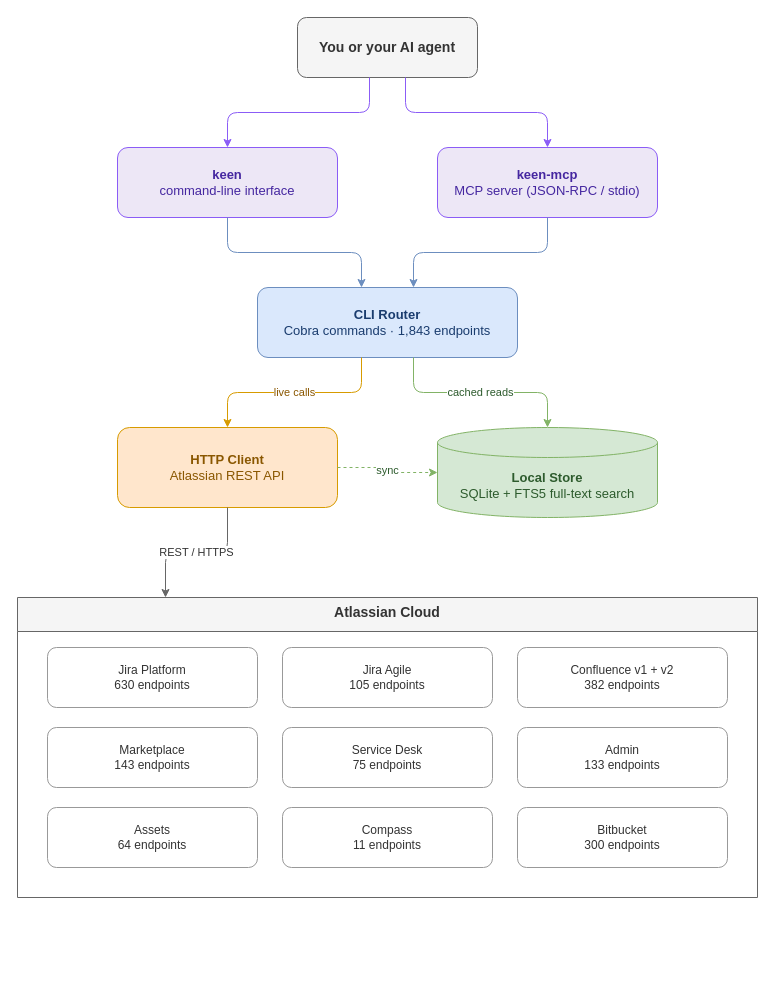
imogenlabs/keen keeps this draw.io diagram as docs/diagrams/architecture.drawio. Above is the earlier version. Source tidied: cells renumbered, new cells numbered last; positions are measured from the earlier drawing's top-left corner, leaving out a move shared by most shapes. Both pictures are drawn from the tidied source at 100%, with x=0, y=0 at pixel (17, 17).
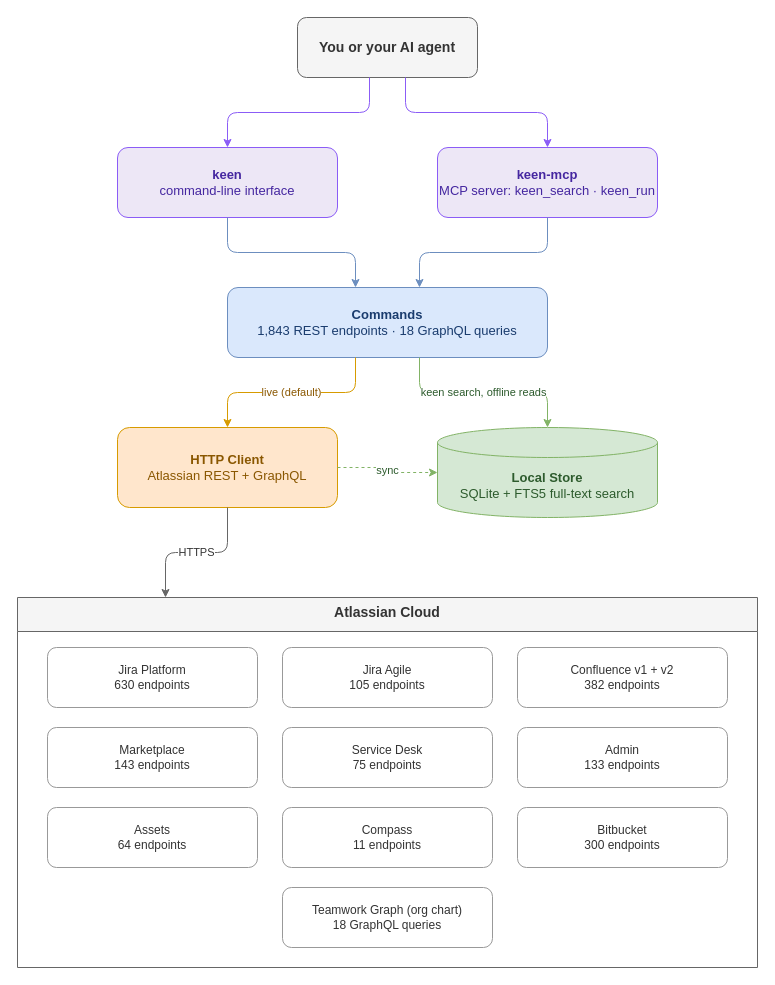
After the change.

Commit message (it also covers changes not shown here):
docs: redraw diagrams to show live calls and keen_search

Unchanged cells that the change refers to:
```xml
<mxCell id="7" value="&lt;b&gt;Local Store&lt;/b&gt;&#10;SQLite + FTS5 full-text search" style="shape=cylinder3;whiteSpace=wrap;html=1;fillColor=#d5e8d4;strokeColor=#82b366;fontColor=#2d5b2d;fontSize=13;boundedLbl=1;" parent="1" vertex="1">
  <mxGeometry x="420" y="410" width="220" height="90" as="geometry" />
</mxCell>
```

The edit, as a diff of the source:
```diff
@@
-    <mxCell id="4" value="&lt;b&gt;keen-mcp&lt;/b&gt;&#10;MCP server (JSON-RPC / stdio)" style="rounded=1;whiteSpace=wrap;html=1;fillColor=#ede7f6;strokeColor=#8b5cf6;fontColor=#4527a0;fontSize=13;" parent="1" vertex="1">
+    <mxCell id="4" value="&lt;b&gt;keen-mcp&lt;/b&gt;&#10;MCP server: keen_search · keen_run" style="rounded=1;whiteSpace=wrap;html=1;fillColor=#ede7f6;strokeColor=#8b5cf6;fontColor=#4527a0;fontSize=13;" parent="1" vertex="1">
       <mxGeometry x="420" y="130" width="220" height="70" as="geometry" />
     </mxCell>
-    <mxCell id="5" value="&lt;b&gt;CLI Router&lt;/b&gt;&#10;Cobra commands · 1,843 endpoints" style="rounded=1;whiteSpace=wrap;html=1;fillColor=#dae8fc;strokeColor=#6c8ebf;fontColor=#1a3c6e;fontSize=13;" parent="1" vertex="1">
-      <mxGeometry x="240" y="270" width="260" height="70" as="geometry" />
+    <mxCell id="5" value="&lt;b&gt;Commands&lt;/b&gt;&#10;1,843 REST endpoints · 18 GraphQL queries" style="rounded=1;whiteSpace=wrap;html=1;fillColor=#dae8fc;strokeColor=#6c8ebf;fontColor=#1a3c6e;fontSize=13;" parent="1" vertex="1">
+      <mxGeometry x="210" y="270" width="320" height="70" as="geometry" />
     </mxCell>
-    <mxCell id="6" value="&lt;b&gt;HTTP Client&lt;/b&gt;&#10;Atlassian REST API" style="rounded=1;whiteSpace=wrap;html=1;fillColor=#ffe6cc;strokeColor=#d79b00;fontColor=#8a5700;fontSize=13;" parent="1" vertex="1">
+    <mxCell id="6" value="&lt;b&gt;HTTP Client&lt;/b&gt;&#10;Atlassian REST + GraphQL" style="rounded=1;whiteSpace=wrap;html=1;fillColor=#ffe6cc;strokeColor=#d79b00;fontColor=#8a5700;fontSize=13;" parent="1" vertex="1">
       <mxGeometry x="100" y="410" width="220" height="80" as="geometry" />
     </mxCell>
@@
     <mxCell id="8" value="Atlassian Cloud" style="swimlane;startSize=34;whiteSpace=wrap;html=1;fillColor=#f5f5f5;strokeColor=#666666;fontColor=#333333;fontSize=14;fontStyle=1;verticalAlign=top;" parent="1" vertex="1">
-      <mxGeometry y="580" width="740" height="300" as="geometry" />
+      <mxGeometry y="580" width="740" height="370" as="geometry" />
     </mxCell>
@@
+    <mxCell id="26" value="Teamwork Graph (org chart)&#10;18 GraphQL queries" style="rounded=1;whiteSpace=wrap;html=1;fillColor=#ffffff;strokeColor=#999999;fontColor=#333333;fontSize=12;" parent="8" vertex="1">
+      <mxGeometry x="265" y="290" width="210" height="60" as="geometry" />
+    </mxCell>
@@
-    <mxCell id="22" value="live calls" style="edgeStyle=orthogonalEdgeStyle;rounded=1;jettySize=auto;html=1;strokeColor=#d79b00;fontColor=#8a5700;fontSize=11;exitX=0.4;exitY=1;exitDx=0;exitDy=0;entryX=0.5;entryY=0;entryDx=0;entryDy=0;" parent="1" edge="1" source="5" target="6">
+    <mxCell id="22" value="live (default)" style="edgeStyle=orthogonalEdgeStyle;rounded=1;jettySize=auto;html=1;strokeColor=#d79b00;fontColor=#8a5700;fontSize=11;exitX=0.4;exitY=1;exitDx=0;exitDy=0;entryX=0.5;entryY=0;entryDx=0;entryDy=0;" parent="1" edge="1" source="5" target="6">
       <mxGeometry relative="1" as="geometry" />
     </mxCell>
-    <mxCell id="23" value="cached reads" style="edgeStyle=orthogonalEdgeStyle;rounded=1;jettySize=auto;html=1;strokeColor=#82b366;fontColor=#2d5b2d;fontSize=11;exitX=0.6;exitY=1;exitDx=0;exitDy=0;entryX=0.5;entryY=0;entryDx=0;entryDy=0;" parent="1" edge="1" source="5" target="7">
+    <mxCell id="23" value="keen search, offline reads" style="edgeStyle=orthogonalEdgeStyle;rounded=1;jettySize=auto;html=1;strokeColor=#82b366;fontColor=#2d5b2d;fontSize=11;exitX=0.6;exitY=1;exitDx=0;exitDy=0;entryX=0.5;entryY=0;entryDx=0;entryDy=0;" parent="1" edge="1" source="5" target="7">
       <mxGeometry relative="1" as="geometry" />
     </mxCell>
@@
-    <mxCell id="25" value="REST / HTTPS" style="edgeStyle=orthogonalEdgeStyle;rounded=1;jettySize=auto;html=1;strokeColor=#666666;fontColor=#333333;fontSize=11;exitX=0.5;exitY=1;exitDx=0;exitDy=0;entryX=0.2;entryY=0;entryDx=0;entryDy=0;" parent="1" edge="1" source="6" target="8">
+    <mxCell id="25" value="HTTPS" style="edgeStyle=orthogonalEdgeStyle;rounded=1;jettySize=auto;html=1;strokeColor=#666666;fontColor=#333333;fontSize=11;exitX=0.5;exitY=1;exitDx=0;exitDy=0;entryX=0.2;entryY=0;entryDx=0;entryDy=0;" parent="1" edge="1" source="6" target="8">
       <mxGeometry relative="1" as="geometry" />
     </mxCell>
```
